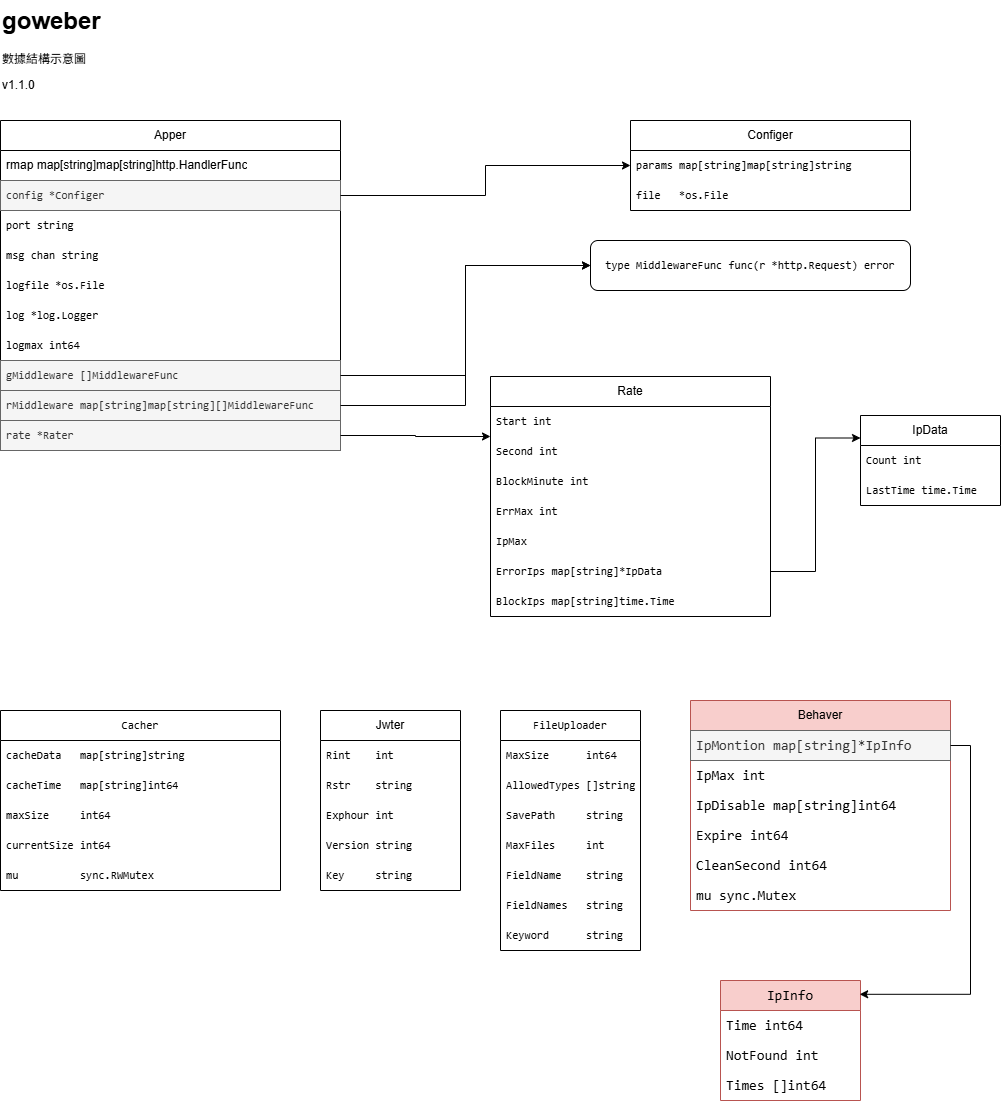
The draw.io diagram docs/structs.drawio.png in sonkwl/goweber, before a commit. Source tidied: cells renumbered, new cells last; positions are measured from the earlier drawing's top-left corner, leaving out a move shared by most shapes.
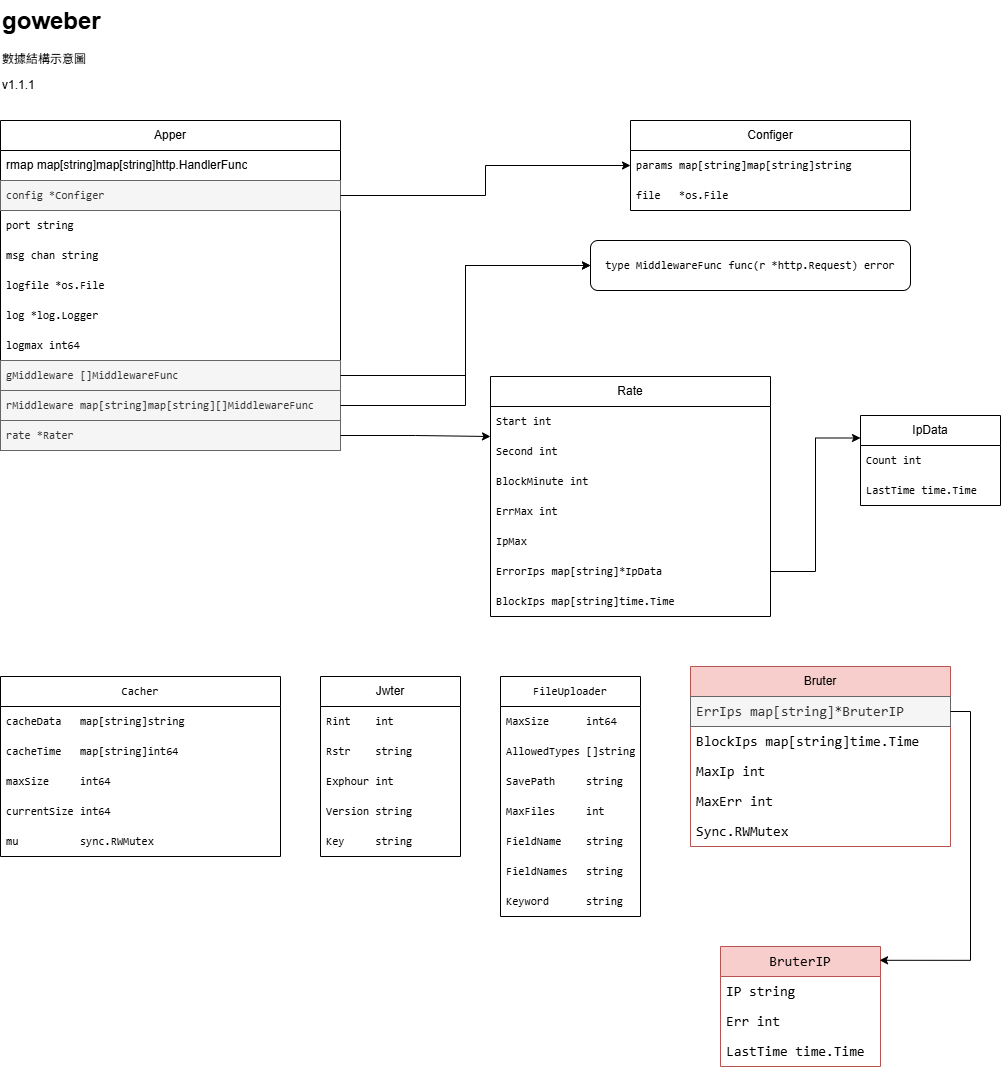
The same file after the commit.

What changed in the source:
```diff
@@ -2,7 +2,7 @@
   <root>
     <mxCell id="0" />
     <mxCell id="1" parent="0" />
-    <mxCell id="2" value="&lt;h1 style=&quot;margin-top: 0px;&quot;&gt;goweber&lt;/h1&gt;&lt;p&gt;數據結構示意圖&lt;/p&gt;&lt;p&gt;v1.1.0&lt;/p&gt;" style="text;html=1;whiteSpace=wrap;overflow=hidden;rounded=0;" parent="1" vertex="1">
+    <mxCell id="2" value="&lt;h1 style=&quot;margin-top: 0px;&quot;&gt;goweber&lt;/h1&gt;&lt;p&gt;數據結構示意圖&lt;/p&gt;&lt;p&gt;v1.1.1&lt;/p&gt;" style="text;html=1;whiteSpace=wrap;overflow=hidden;rounded=0;" parent="1" vertex="1">
       <mxGeometry width="180" height="120" as="geometry" />
     </mxCell>
     <mxCell id="3" value="Apper" style="swimlane;fontStyle=0;horizontal=1;startSize=30;whiteSpace=wrap;html=1;fontColor=default;labelBackgroundColor=none;" parent="1" vertex="1">
@@ -60,7 +60,7 @@
       <mxGeometry relative="1" as="geometry" />
     </mxCell>
     <mxCell id="21" value="&lt;div style=&quot;font-family: Consolas, Consolas, &amp;quot;Courier New&amp;quot;, monospace; font-size: 11.2px; line-height: 15px; white-space: pre;&quot;&gt;&lt;span style=&quot;&quot;&gt;Cacher&lt;/span&gt;&lt;/div&gt;" style="swimlane;fontStyle=0;horizontal=1;startSize=30;whiteSpace=wrap;html=1;fontColor=default;labelBackgroundColor=none;" parent="1" vertex="1">
-      <mxGeometry y="710" width="280" height="180" as="geometry" />
+      <mxGeometry y="676" width="280" height="180" as="geometry" />
     </mxCell>
     <mxCell id="22" value="&lt;div style=&quot;font-family: Consolas, Consolas, &amp;quot;Courier New&amp;quot;, monospace; font-size: 11.2px; line-height: 15px; white-space: pre;&quot;&gt;&lt;div style=&quot;font-size: 11.2px; line-height: 15px;&quot;&gt;cacheData &amp;nbsp; map&lt;span style=&quot;&quot;&gt;[&lt;/span&gt;string&lt;span style=&quot;&quot;&gt;]&lt;/span&gt;string&lt;/div&gt;&lt;/div&gt;" style="text;strokeColor=none;fillColor=none;align=left;verticalAlign=middle;spacingLeft=4;spacingRight=4;overflow=hidden;whiteSpace=wrap;html=1;fontColor=default;labelBackgroundColor=none;" parent="21" vertex="1">
       <mxGeometry y="30" width="280" height="30" as="geometry" />
@@ -78,7 +78,7 @@
       <mxGeometry y="150" width="280" height="30" as="geometry" />
     </mxCell>
     <mxCell id="27" value="Jwter" style="swimlane;fontStyle=0;horizontal=1;startSize=30;whiteSpace=wrap;html=1;fontColor=default;labelBackgroundColor=none;" parent="1" vertex="1">
-      <mxGeometry x="320" y="710" width="140" height="180" as="geometry" />
+      <mxGeometry x="320" y="676" width="140" height="180" as="geometry" />
     </mxCell>
     <mxCell id="28" value="&lt;div style=&quot;font-family: Consolas, Consolas, &amp;quot;Courier New&amp;quot;, monospace; font-size: 11.2px; line-height: 15px; white-space: pre;&quot;&gt;Rint &amp;nbsp; &amp;nbsp;int&lt;/div&gt;" style="text;strokeColor=none;fillColor=none;align=left;verticalAlign=middle;spacingLeft=4;spacingRight=4;overflow=hidden;whiteSpace=wrap;html=1;fontColor=default;labelBackgroundColor=none;" parent="27" vertex="1">
       <mxGeometry y="30" width="140" height="30" as="geometry" />
@@ -96,7 +96,7 @@
       <mxGeometry y="150" width="140" height="30" as="geometry" />
     </mxCell>
     <mxCell id="33" value="&lt;div style=&quot;font-family: Consolas, Consolas, &amp;quot;Courier New&amp;quot;, monospace; font-size: 11.2px; line-height: 15px; white-space: pre;&quot;&gt;&lt;span style=&quot;&quot;&gt;FileUploader&lt;/span&gt;&lt;/div&gt;" style="swimlane;fontStyle=0;horizontal=1;startSize=30;whiteSpace=wrap;html=1;labelBackgroundColor=none;fontColor=default;" parent="1" vertex="1">
-      <mxGeometry x="500" y="710" width="140" height="240" as="geometry" />
+      <mxGeometry x="500" y="676" width="140" height="240" as="geometry" />
     </mxCell>
     <mxCell id="34" value="&lt;div style=&quot;font-family: Consolas, Consolas, &amp;quot;Courier New&amp;quot;, monospace; font-size: 11.2px; line-height: 15px; white-space: pre;&quot;&gt;MaxSize &amp;nbsp; &amp;nbsp; &amp;nbsp;int64&lt;/div&gt;" style="text;strokeColor=none;fillColor=none;align=left;verticalAlign=middle;spacingLeft=4;spacingRight=4;overflow=hidden;whiteSpace=wrap;html=1;labelBackgroundColor=none;fontColor=default;" parent="33" vertex="1">
       <mxGeometry y="30" width="140" height="30" as="geometry" />
@@ -119,38 +119,35 @@
     <mxCell id="40" value="&lt;div style=&quot;font-family: Consolas, Consolas, &amp;quot;Courier New&amp;quot;, monospace; font-size: 11.2px; line-height: 15px; white-space: pre;&quot;&gt;Keyword &amp;nbsp; &amp;nbsp; &amp;nbsp;string&lt;/div&gt;" style="text;strokeColor=none;fillColor=none;align=left;verticalAlign=middle;spacingLeft=4;spacingRight=4;overflow=hidden;whiteSpace=wrap;html=1;labelBackgroundColor=none;fontColor=default;" parent="33" vertex="1">
       <mxGeometry y="210" width="140" height="30" as="geometry" />
     </mxCell>
-    <mxCell id="41" value="Behaver" style="swimlane;fontStyle=0;horizontal=1;startSize=30;whiteSpace=wrap;html=1;labelBackgroundColor=none;fillColor=#f8cecc;strokeColor=#b85450;" parent="1" vertex="1">
-      <mxGeometry x="690" y="700" width="260" height="210" as="geometry" />
+    <mxCell id="41" value="Bruter" style="swimlane;fontStyle=0;horizontal=1;startSize=30;whiteSpace=wrap;html=1;labelBackgroundColor=none;fillColor=#f8cecc;strokeColor=#b85450;" parent="1" vertex="1">
+      <mxGeometry x="690" y="666" width="260" height="180" as="geometry" />
     </mxCell>
-    <mxCell id="42" value="&lt;div style=&quot;font-family: Consolas, Consolas, &amp;quot;Courier New&amp;quot;, monospace; font-size: 14px; line-height: 19px; white-space: pre;&quot;&gt;IpMontion map&lt;span style=&quot;&quot;&gt;[&lt;/span&gt;string&lt;span style=&quot;&quot;&gt;]&lt;/span&gt;*&lt;span style=&quot;&quot;&gt;IpInfo&lt;/span&gt;&lt;/div&gt;" style="text;strokeColor=#666666;fillColor=#f5f5f5;align=left;verticalAlign=middle;spacingLeft=4;spacingRight=4;overflow=hidden;points=[[0,0.5],[1,0.5]];portConstraint=eastwest;whiteSpace=wrap;html=1;fontColor=#333333;labelBackgroundColor=none;" parent="41" vertex="1">
+    <mxCell id="42" value="&lt;div style=&quot;font-family: Consolas, Consolas, &amp;quot;Courier New&amp;quot;, monospace; font-size: 14px; line-height: 19px; white-space: pre;&quot;&gt;ErrIps map[string]*BruterIP&lt;/div&gt;" style="text;strokeColor=#666666;fillColor=#f5f5f5;align=left;verticalAlign=middle;spacingLeft=4;spacingRight=4;overflow=hidden;points=[[0,0.5],[1,0.5]];portConstraint=eastwest;whiteSpace=wrap;html=1;fontColor=#333333;labelBackgroundColor=none;" parent="41" vertex="1">
       <mxGeometry y="30" width="260" height="30" as="geometry" />
     </mxCell>
+    <mxCell id="46" value="&lt;div style=&quot;font-family: Consolas, Consolas, &amp;quot;Courier New&amp;quot;, monospace; font-size: 14px; line-height: 19px; white-space: pre;&quot;&gt;BlockIps map[string]time.Time&lt;/div&gt;" style="text;strokeColor=none;fillColor=none;align=left;verticalAlign=middle;spacingLeft=4;spacingRight=4;overflow=hidden;whiteSpace=wrap;html=1;fontColor=default;labelBackgroundColor=none;" parent="41" vertex="1">
+      <mxGeometry y="60" width="260" height="30" as="geometry" />
+    </mxCell>
-    <mxCell id="43" value="&lt;div style=&quot;font-family: Consolas, Consolas, &amp;quot;Courier New&amp;quot;, monospace; font-size: 14px; line-height: 19px; white-space: pre;&quot;&gt;IpMax int&lt;/div&gt;" style="text;strokeColor=none;fillColor=none;align=left;verticalAlign=middle;spacingLeft=4;spacingRight=4;overflow=hidden;whiteSpace=wrap;html=1;fontColor=default;labelBackgroundColor=none;" parent="41" vertex="1">
-      <mxGeometry y="60" width="260" height="30" as="geometry" />
+    <mxCell id="43" value="&lt;div style=&quot;font-family: Consolas, Consolas, &amp;quot;Courier New&amp;quot;, monospace; font-size: 14px; line-height: 19px; white-space: pre;&quot;&gt;MaxIp int&lt;/div&gt;" style="text;strokeColor=none;fillColor=none;align=left;verticalAlign=middle;spacingLeft=4;spacingRight=4;overflow=hidden;whiteSpace=wrap;html=1;fontColor=default;labelBackgroundColor=none;" parent="41" vertex="1">
+      <mxGeometry y="90" width="260" height="30" as="geometry" />
     </mxCell>
-    <mxCell id="44" value="&lt;div style=&quot;font-family: Consolas, Consolas, &amp;quot;Courier New&amp;quot;, monospace; font-size: 14px; line-height: 19px; white-space: pre;&quot;&gt;IpDisable map&lt;span style=&quot;&quot;&gt;[&lt;/span&gt;string&lt;span style=&quot;&quot;&gt;]&lt;/span&gt;int64&lt;/div&gt;" style="text;strokeColor=none;fillColor=none;align=left;verticalAlign=middle;spacingLeft=4;spacingRight=4;overflow=hidden;whiteSpace=wrap;html=1;fontColor=default;labelBackgroundColor=none;" parent="41" vertex="1">
-      <mxGeometry y="90" width="260" height="30" as="geometry" />
+    <mxCell id="44" value="&lt;div style=&quot;font-family: Consolas, Consolas, &amp;quot;Courier New&amp;quot;, monospace; font-size: 14px; line-height: 19px; white-space: pre;&quot;&gt;MaxErr int&lt;/div&gt;" style="text;strokeColor=none;fillColor=none;align=left;verticalAlign=middle;spacingLeft=4;spacingRight=4;overflow=hidden;whiteSpace=wrap;html=1;fontColor=default;labelBackgroundColor=none;" parent="41" vertex="1">
+      <mxGeometry y="120" width="260" height="30" as="geometry" />
     </mxCell>
-    <mxCell id="45" value="&lt;div style=&quot;font-family: Consolas, Consolas, &amp;quot;Courier New&amp;quot;, monospace; font-size: 14px; line-height: 19px; white-space: pre;&quot;&gt;Expire int64&lt;/div&gt;" style="text;strokeColor=none;fillColor=none;align=left;verticalAlign=middle;spacingLeft=4;spacingRight=4;overflow=hidden;whiteSpace=wrap;html=1;fontColor=default;labelBackgroundColor=none;" parent="41" vertex="1">
-      <mxGeometry y="120" width="260" height="30" as="geometry" />
+    <mxCell id="45" value="&lt;div style=&quot;font-family: Consolas, Consolas, &amp;quot;Courier New&amp;quot;, monospace; font-size: 14px; line-height: 19px; white-space: pre;&quot;&gt;Sync.RWMutex&lt;/div&gt;" style="text;strokeColor=none;fillColor=none;align=left;verticalAlign=middle;spacingLeft=4;spacingRight=4;overflow=hidden;whiteSpace=wrap;html=1;fontColor=default;labelBackgroundColor=none;" parent="41" vertex="1">
+      <mxGeometry y="150" width="260" height="30" as="geometry" />
     </mxCell>
-    <mxCell id="46" value="&lt;div style=&quot;font-family: Consolas, Consolas, &amp;quot;Courier New&amp;quot;, monospace; font-size: 14px; line-height: 19px; white-space: pre;&quot;&gt;CleanSecond int64&lt;/div&gt;" style="text;strokeColor=none;fillColor=none;align=left;verticalAlign=middle;spacingLeft=4;spacingRight=4;overflow=hidden;whiteSpace=wrap;html=1;fontColor=default;labelBackgroundColor=none;" parent="41" vertex="1">
-      <mxGeometry y="150" width="260" height="30" as="geometry" />
-    </mxCell>
-    <mxCell id="47" value="&lt;div style=&quot;font-family: Consolas, Consolas, &amp;quot;Courier New&amp;quot;, monospace; font-size: 14px; line-height: 19px; white-space: pre;&quot;&gt;mu &lt;span style=&quot;&quot;&gt;sync&lt;/span&gt;&lt;span style=&quot;&quot;&gt;.&lt;/span&gt;&lt;span style=&quot;&quot;&gt;Mutex&lt;/span&gt;&lt;/div&gt;" style="text;strokeColor=none;fillColor=none;align=left;verticalAlign=middle;spacingLeft=4;spacingRight=4;overflow=hidden;whiteSpace=wrap;html=1;fontColor=default;labelBackgroundColor=none;" parent="41" vertex="1">
-      <mxGeometry y="180" width="260" height="30" as="geometry" />
-    </mxCell>
-    <mxCell id="48" value="&lt;div style=&quot;font-family: Consolas, Consolas, &amp;quot;Courier New&amp;quot;, monospace; font-size: 14px; line-height: 19px; white-space: pre;&quot;&gt;&lt;span style=&quot;&quot;&gt;IpInfo&lt;/span&gt;&lt;/div&gt;" style="swimlane;fontStyle=0;horizontal=1;startSize=30;whiteSpace=wrap;html=1;labelBackgroundColor=none;fillColor=#f8cecc;strokeColor=#b85450;" parent="1" vertex="1">
-      <mxGeometry x="720" y="980" width="140" height="120" as="geometry" />
+    <mxCell id="48" value="&lt;div style=&quot;font-family: Consolas, Consolas, &amp;quot;Courier New&amp;quot;, monospace; font-size: 14px; line-height: 19px; white-space: pre;&quot;&gt;&lt;span style=&quot;&quot;&gt;BruterIP&lt;/span&gt;&lt;/div&gt;" style="swimlane;fontStyle=0;horizontal=1;startSize=30;whiteSpace=wrap;html=1;labelBackgroundColor=none;fillColor=#f8cecc;strokeColor=#b85450;" parent="1" vertex="1">
+      <mxGeometry x="720" y="946" width="160" height="120" as="geometry" />
     </mxCell>
-    <mxCell id="49" value="&lt;div style=&quot;font-family: Consolas, Consolas, &amp;quot;Courier New&amp;quot;, monospace; font-size: 14px; line-height: 19px; white-space: pre;&quot;&gt;Time int64&lt;/div&gt;" style="text;strokeColor=none;fillColor=none;align=left;verticalAlign=middle;spacingLeft=4;spacingRight=4;overflow=hidden;whiteSpace=wrap;html=1;fontColor=default;labelBackgroundColor=none;" parent="48" vertex="1">
-      <mxGeometry y="30" width="140" height="30" as="geometry" />
+    <mxCell id="49" value="&lt;div style=&quot;font-family: Consolas, Consolas, &amp;quot;Courier New&amp;quot;, monospace; font-size: 14px; line-height: 19px; white-space: pre;&quot;&gt;IP string&lt;/div&gt;" style="text;strokeColor=none;fillColor=none;align=left;verticalAlign=middle;spacingLeft=4;spacingRight=4;overflow=hidden;whiteSpace=wrap;html=1;fontColor=default;labelBackgroundColor=none;" parent="48" vertex="1">
+      <mxGeometry y="30" width="160" height="30" as="geometry" />
     </mxCell>
-    <mxCell id="50" value="&lt;div style=&quot;font-family: Consolas, Consolas, &amp;quot;Courier New&amp;quot;, monospace; font-size: 14px; line-height: 19px; white-space: pre;&quot;&gt;NotFound int&lt;/div&gt;" style="text;strokeColor=none;fillColor=none;align=left;verticalAlign=middle;spacingLeft=4;spacingRight=4;overflow=hidden;whiteSpace=wrap;html=1;fontColor=default;labelBackgroundColor=none;" parent="48" vertex="1">
-      <mxGeometry y="60" width="140" height="30" as="geometry" />
+    <mxCell id="50" value="&lt;div style=&quot;font-family: Consolas, Consolas, &amp;quot;Courier New&amp;quot;, monospace; font-size: 14px; line-height: 19px; white-space: pre;&quot;&gt;Err int&lt;/div&gt;" style="text;strokeColor=none;fillColor=none;align=left;verticalAlign=middle;spacingLeft=4;spacingRight=4;overflow=hidden;whiteSpace=wrap;html=1;fontColor=default;labelBackgroundColor=none;" parent="48" vertex="1">
+      <mxGeometry y="60" width="160" height="30" as="geometry" />
     </mxCell>
-    <mxCell id="51" value="&lt;div style=&quot;font-family: Consolas, Consolas, &amp;quot;Courier New&amp;quot;, monospace; font-size: 14px; line-height: 19px; white-space: pre;&quot;&gt;Times &lt;span style=&quot;&quot;&gt;[]&lt;/span&gt;int64&lt;/div&gt;" style="text;strokeColor=none;fillColor=none;align=left;verticalAlign=middle;spacingLeft=4;spacingRight=4;overflow=hidden;whiteSpace=wrap;html=1;fontColor=default;labelBackgroundColor=none;" parent="48" vertex="1">
-      <mxGeometry y="90" width="140" height="30" as="geometry" />
+    <mxCell id="51" value="&lt;div style=&quot;font-family: Consolas, Consolas, &amp;quot;Courier New&amp;quot;, monospace; font-size: 14px; line-height: 19px; white-space: pre;&quot;&gt;LastTime time.Time&lt;/div&gt;" style="text;strokeColor=none;fillColor=none;align=left;verticalAlign=middle;spacingLeft=4;spacingRight=4;overflow=hidden;whiteSpace=wrap;html=1;fontColor=default;labelBackgroundColor=none;" parent="48" vertex="1">
+      <mxGeometry y="90" width="160" height="30" as="geometry" />
     </mxCell>
     <mxCell id="52" style="edgeStyle=orthogonalEdgeStyle;rounded=0;jettySize=auto;html=1;entryX=0.994;entryY=0.115;entryDx=0;entryDy=0;entryPerimeter=0;exitX=1;exitY=0.5;exitDx=0;exitDy=0;" parent="1" edge="1" source="42" target="48">
       <mxGeometry relative="1" as="geometry" />
```
